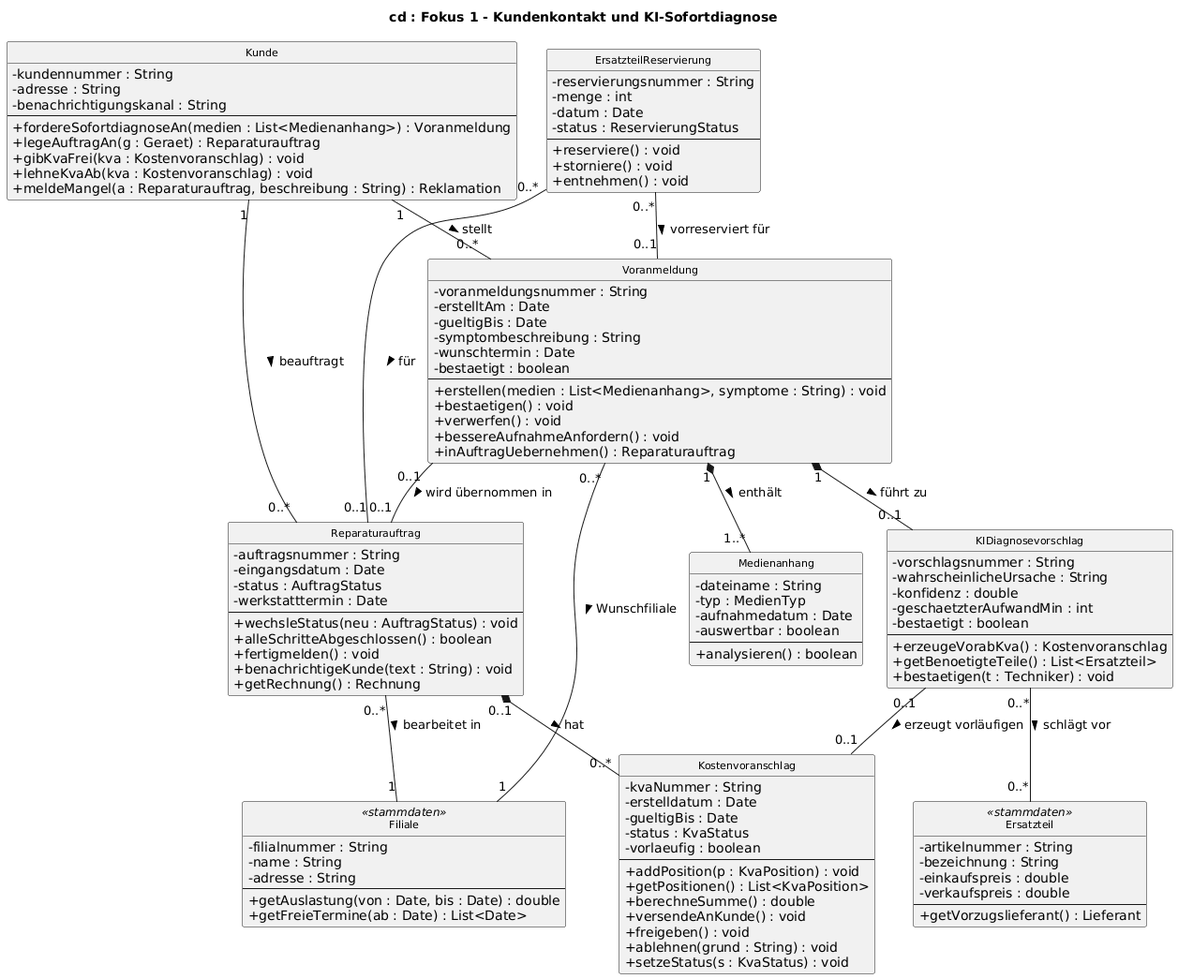
Earlier version of the PlantUML export uml/klassen-fokus-1-sofortdiagnose.png (jakobschwan123-cmd/casestudy-semester-3).
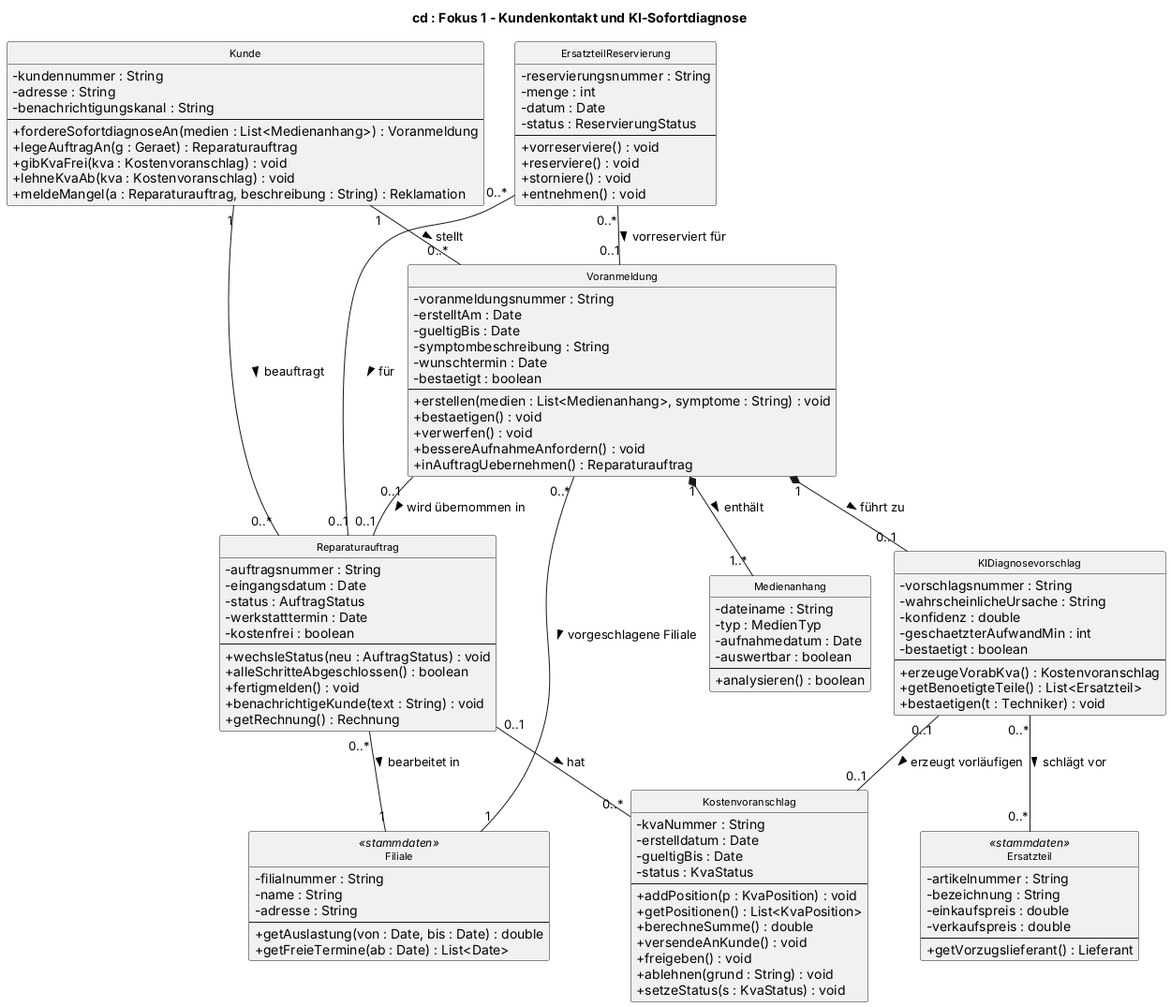
The same file after the commit.

Change to the diagram source:
```diff
@@ -56,7 +56,6 @@
   - erstelldatum : Date
   - gueltigBis : Date
   - status : KvaStatus
-  - vorlaeufig : boolean
   --
   + addPosition(p : KvaPosition) : void
   + getPositionen() : List<KvaPosition>
@@ -72,6 +71,7 @@
   - datum : Date
   - status : ReservierungStatus
   --
+  + vorreserviere() : void
   + reserviere() : void
   + storniere() : void
   + entnehmen() : void
@@ -89,6 +89,7 @@
   - eingangsdatum : Date
   - status : AuftragStatus
   - werkstatttermin : Date
+  - kostenfrei : boolean
   --
   + wechsleStatus(neu : AuftragStatus) : void
   + alleSchritteAbgeschlossen() : boolean
@@ -108,12 +109,12 @@
 Kunde "1" -down- "0..*" Reparaturauftrag : beauftragt >
 Voranmeldung "1" *-down- "1..*" Medienanhang : enthält >
 Voranmeldung "1" *-down- "0..1" KIDiagnosevorschlag : führt zu >
-Voranmeldung "0..*" -- "1" Filiale : Wunschfiliale >
+Voranmeldung "0..*" -- "1" Filiale : vorgeschlagene Filiale >
 Voranmeldung "0..1" -- "0..1" Reparaturauftrag : wird übernommen in >
 KIDiagnosevorschlag "0..1" -- "0..1" Kostenvoranschlag : erzeugt vorläufigen >
 KIDiagnosevorschlag "0..*" -- "0..*" Ersatzteil : schlägt vor >
 Reparaturauftrag "0..*" -- "1" Filiale : bearbeitet in >
-Reparaturauftrag "0..1" *-- "0..*" Kostenvoranschlag : hat >
+Reparaturauftrag "0..1" -- "0..*" Kostenvoranschlag : hat >
 ErsatzteilReservierung "0..*" -- "0..1" Reparaturauftrag : für >
 ErsatzteilReservierung "0..*" -- "0..1" Voranmeldung : vorreserviert für >
 @enduml
```
